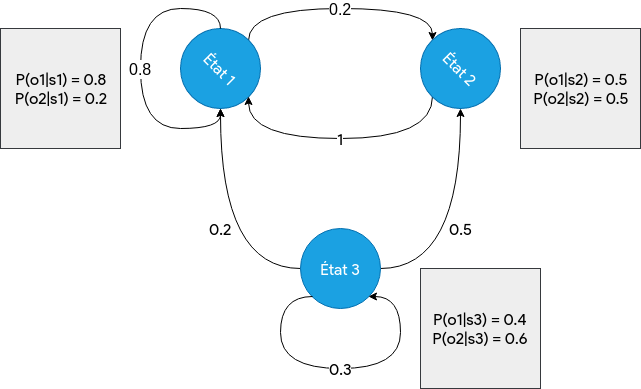
The draw.io diagram images/notions/hmm.png in Wissben/Master-Thesis, before a commit. Source tidied: cells renumbered, new cells last; positions are measured from the earlier drawing's top-left corner, leaving out a move shared by most shapes.
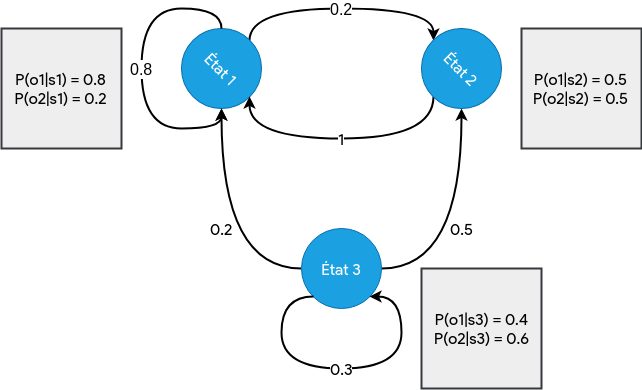
Later version of the same file.

Diff of the diagram source:
```diff
@@ -2,7 +2,7 @@
   <root>
     <mxCell id="0" />
     <mxCell id="1" parent="0" />
-    <mxCell id="2" value="&lt;font style=&quot;font-size: 16px&quot;&gt;0.2&lt;/font&gt;" style="edgeStyle=orthogonalEdgeStyle;curved=1;rounded=0;jettySize=auto;html=1;exitX=0.5;exitY=0;exitDx=0;exitDy=0;entryX=0;entryY=0.5;entryDx=0;entryDy=0;" parent="1" edge="1" source="3" target="8">
+    <mxCell id="2" value="&lt;font style=&quot;font-size: 16px&quot;&gt;0.2&lt;/font&gt;" style="edgeStyle=orthogonalEdgeStyle;curved=1;rounded=0;jettySize=auto;html=1;exitX=0.5;exitY=0;exitDx=0;exitDy=0;entryX=0;entryY=0.5;entryDx=0;entryDy=0;strokeWidth=2;" parent="1" edge="1" source="3" target="8">
       <mxGeometry relative="1" as="geometry">
         <Array as="points">
           <mxPoint x="248" />
@@ -13,16 +13,16 @@
     <mxCell id="3" value="État 1" style="ellipse;whiteSpace=wrap;html=1;fillColor=#1ba1e2;strokeColor=#006EAF;fontColor=#ffffff;rotation=45;fontFamily=Lucida Console;fontSize=16;" parent="1" vertex="1">
       <mxGeometry x="180" y="20" width="80" height="80" as="geometry" />
     </mxCell>
-    <mxCell id="4" value="&lt;font style=&quot;font-size: 16px&quot;&gt;0.2&lt;/font&gt;" style="edgeStyle=orthogonalEdgeStyle;curved=1;rounded=0;jettySize=auto;html=1;exitX=0;exitY=0.5;exitDx=0;exitDy=0;fontFamily=Lucida Console;fontSize=16;" parent="1" edge="1" source="6" target="3">
+    <mxCell id="4" value="&lt;font style=&quot;font-size: 16px&quot;&gt;0.2&lt;/font&gt;" style="edgeStyle=orthogonalEdgeStyle;curved=1;rounded=0;jettySize=auto;html=1;exitX=0;exitY=0.5;exitDx=0;exitDy=0;fontFamily=Lucida Console;fontSize=16;strokeWidth=2;" parent="1" edge="1" source="6" target="3">
       <mxGeometry relative="1" as="geometry" />
     </mxCell>
-    <mxCell id="5" value="&lt;font style=&quot;font-size: 16px&quot;&gt;0.5&lt;/font&gt;" style="edgeStyle=orthogonalEdgeStyle;curved=1;rounded=0;jettySize=auto;html=1;exitX=1;exitY=0.5;exitDx=0;exitDy=0;entryX=1;entryY=1;entryDx=0;entryDy=0;fontFamily=Lucida Console;fontSize=16;" parent="1" edge="1" source="6" target="8">
+    <mxCell id="5" value="&lt;font style=&quot;font-size: 16px&quot;&gt;0.5&lt;/font&gt;" style="edgeStyle=orthogonalEdgeStyle;curved=1;rounded=0;jettySize=auto;html=1;exitX=1;exitY=0.5;exitDx=0;exitDy=0;entryX=1;entryY=1;entryDx=0;entryDy=0;fontFamily=Lucida Console;fontSize=16;strokeWidth=2;" parent="1" edge="1" source="6" target="8">
       <mxGeometry relative="1" as="geometry" />
     </mxCell>
     <mxCell id="6" value="État 3" style="ellipse;whiteSpace=wrap;html=1;fillColor=#1ba1e2;strokeColor=#006EAF;fontColor=#ffffff;rotation=0;fontFamily=Lucida Console;fontSize=16;" parent="1" vertex="1">
       <mxGeometry x="300" y="220" width="80" height="80" as="geometry" />
     </mxCell>
-    <mxCell id="7" value="&lt;font style=&quot;font-size: 16px&quot;&gt;1&lt;/font&gt;" style="edgeStyle=orthogonalEdgeStyle;curved=1;rounded=0;jettySize=auto;html=1;exitX=0.5;exitY=1;exitDx=0;exitDy=0;entryX=1;entryY=0.5;entryDx=0;entryDy=0;fontFamily=Lucida Console;fontSize=16;" parent="1" edge="1" source="8" target="3">
+    <mxCell id="7" value="&lt;font style=&quot;font-size: 16px&quot;&gt;1&lt;/font&gt;" style="edgeStyle=orthogonalEdgeStyle;curved=1;rounded=0;jettySize=auto;html=1;exitX=0.5;exitY=1;exitDx=0;exitDy=0;entryX=1;entryY=0.5;entryDx=0;entryDy=0;fontFamily=Lucida Console;fontSize=16;strokeWidth=2;" parent="1" edge="1" source="8" target="3">
       <mxGeometry relative="1" as="geometry">
         <Array as="points">
           <mxPoint x="432" y="130" />
@@ -33,7 +33,7 @@
     <mxCell id="8" value="État 2" style="ellipse;whiteSpace=wrap;html=1;fillColor=#1ba1e2;strokeColor=#006EAF;fontColor=#ffffff;rotation=45;fontFamily=Lucida Console;fontSize=16;" parent="1" vertex="1">
       <mxGeometry x="420" y="20" width="80" height="80" as="geometry" />
     </mxCell>
-    <mxCell id="9" value="&lt;font style=&quot;font-size: 16px&quot;&gt;0.8&lt;/font&gt;" style="edgeStyle=orthogonalEdgeStyle;curved=1;rounded=0;orthogonalLoop=1;jettySize=auto;html=1;exitX=0;exitY=0;exitDx=0;exitDy=0;entryX=1;entryY=1;entryDx=0;entryDy=0;" parent="1" edge="1" source="3" target="3">
+    <mxCell id="9" value="&lt;font style=&quot;font-size: 16px&quot;&gt;0.8&lt;/font&gt;" style="edgeStyle=orthogonalEdgeStyle;curved=1;rounded=0;orthogonalLoop=1;jettySize=auto;html=1;exitX=0;exitY=0;exitDx=0;exitDy=0;entryX=1;entryY=1;entryDx=0;entryDy=0;strokeWidth=2;" parent="1" edge="1" source="3" target="3">
       <mxGeometry relative="1" as="geometry">
         <Array as="points">
           <mxPoint x="220" />
@@ -43,7 +43,7 @@
         </Array>
       </mxGeometry>
     </mxCell>
-    <mxCell id="10" value="&lt;font style=&quot;font-size: 16px&quot;&gt;0.3&lt;/font&gt;" style="edgeStyle=orthogonalEdgeStyle;curved=1;rounded=0;orthogonalLoop=1;jettySize=auto;html=1;exitX=0;exitY=1;exitDx=0;exitDy=0;entryX=1;entryY=1;entryDx=0;entryDy=0;fontFamily=Lucida Console;fontSize=16;" parent="1" edge="1" source="6" target="6">
+    <mxCell id="10" value="&lt;font style=&quot;font-size: 16px&quot;&gt;0.3&lt;/font&gt;" style="edgeStyle=orthogonalEdgeStyle;curved=1;rounded=0;orthogonalLoop=1;jettySize=auto;html=1;exitX=0;exitY=1;exitDx=0;exitDy=0;entryX=1;entryY=1;entryDx=0;entryDy=0;fontFamily=Lucida Console;fontSize=16;strokeWidth=2;" parent="1" edge="1" source="6" target="6">
       <mxGeometry relative="1" as="geometry">
         <Array as="points">
           <mxPoint x="280" y="288" />
@@ -53,13 +53,13 @@
         </Array>
       </mxGeometry>
     </mxCell>
-    <mxCell id="11" value="P(o1|s1) = 0.8&lt;br style=&quot;font-size: 16px&quot;&gt;P(o2|s1) = 0.2&lt;br style=&quot;font-size: 16px&quot;&gt;" style="whiteSpace=wrap;html=1;fontFamily=Lucida Console;fontSize=16;fillColor=#eeeeee;strokeColor=#36393d;" parent="1" vertex="1">
+    <mxCell id="11" value="P(o1|s1) = 0.8&lt;br style=&quot;font-size: 16px&quot;&gt;P(o2|s1) = 0.2&lt;br style=&quot;font-size: 16px&quot;&gt;" style="whiteSpace=wrap;html=1;fontFamily=Lucida Console;fontSize=16;fillColor=#eeeeee;strokeColor=#36393d;strokeWidth=2;" parent="1" vertex="1">
       <mxGeometry y="20" width="120" height="120" as="geometry" />
     </mxCell>
-    <mxCell id="12" value="&lt;span style=&quot;font-size: 16px&quot;&gt;P(o1|s2) = 0.5&lt;/span&gt;&lt;br style=&quot;font-size: 16px&quot;&gt;&lt;span style=&quot;font-size: 16px&quot;&gt;P(o2|s2) = 0.5&lt;/span&gt;" style="whiteSpace=wrap;html=1;fontFamily=Lucida Console;fontSize=16;fillColor=#eeeeee;strokeColor=#36393d;" parent="1" vertex="1">
+    <mxCell id="12" value="&lt;span style=&quot;font-size: 16px&quot;&gt;P(o1|s2) = 0.5&lt;/span&gt;&lt;br style=&quot;font-size: 16px&quot;&gt;&lt;span style=&quot;font-size: 16px&quot;&gt;P(o2|s2) = 0.5&lt;/span&gt;" style="whiteSpace=wrap;html=1;fontFamily=Lucida Console;fontSize=16;fillColor=#eeeeee;strokeColor=#36393d;strokeWidth=2;" parent="1" vertex="1">
       <mxGeometry x="520" y="20" width="120" height="120" as="geometry" />
     </mxCell>
-    <mxCell id="13" value="&lt;span style=&quot;font-size: 16px&quot;&gt;P(o1|s3) = 0.4&lt;/span&gt;&lt;br style=&quot;font-size: 16px&quot;&gt;&lt;span style=&quot;font-size: 16px&quot;&gt;P(o2|s3) = 0.6&lt;/span&gt;" style="whiteSpace=wrap;html=1;fontFamily=Lucida Console;fontSize=16;fillColor=#eeeeee;strokeColor=#36393d;" parent="1" vertex="1">
+    <mxCell id="13" value="&lt;span style=&quot;font-size: 16px&quot;&gt;P(o1|s3) = 0.4&lt;/span&gt;&lt;br style=&quot;font-size: 16px&quot;&gt;&lt;span style=&quot;font-size: 16px&quot;&gt;P(o2|s3) = 0.6&lt;/span&gt;" style="whiteSpace=wrap;html=1;fontFamily=Lucida Console;fontSize=16;fillColor=#eeeeee;strokeColor=#36393d;strokeWidth=2;" parent="1" vertex="1">
       <mxGeometry x="420" y="260" width="120" height="120" as="geometry" />
     </mxCell>
   </root>
```
